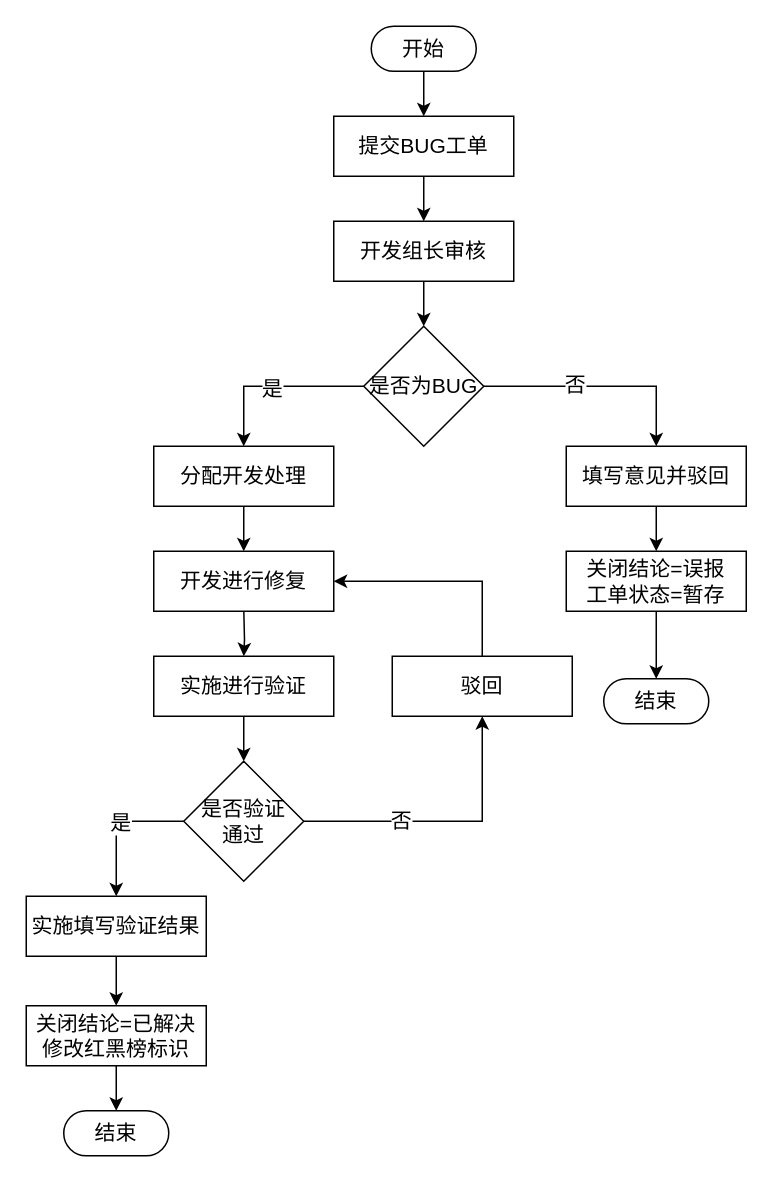
This is 20260110BUG工单流程.drawio from Alphathur/diagram, a draw.io file, before an edit. Source tidied: cells renumbered, new cells numbered last; positions are measured from the earlier drawing's top-left corner, leaving out a move shared by most shapes. Both pictures are drawn from the tidied source at 150%, with x=0, y=0 at pixel (26, 26).
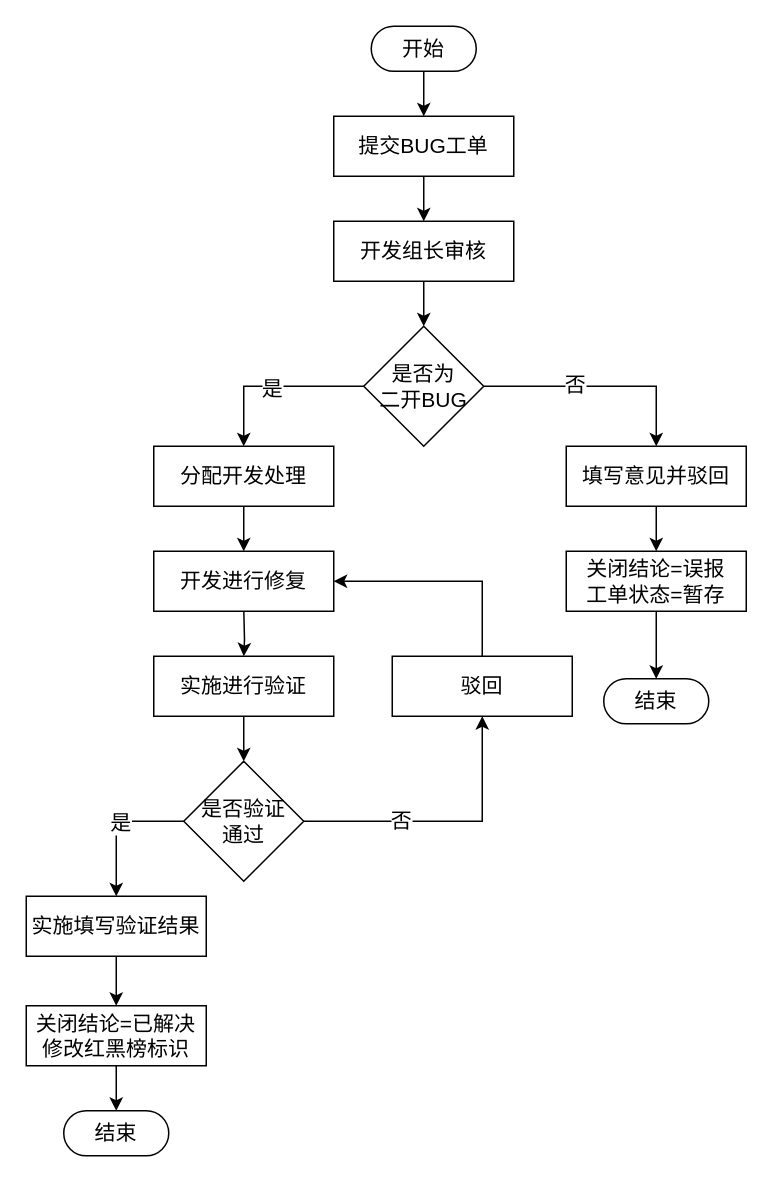
The same diagram, later.

Commit message (it also covers changes not shown here):
更新20260110BUG工单流程.drawio

What changed in the source:
```diff
@@
-    <mxCell id="11" value="是否为BUG" style="rhombus;whiteSpace=wrap;html=1;fontSize=14;" parent="1" vertex="1">
+    <mxCell id="11" value="是否为&lt;br&gt;二开BUG" style="rhombus;whiteSpace=wrap;html=1;fontSize=14;" parent="1" vertex="1">
       <mxGeometry x="225" y="200" width="80" height="80" as="geometry" />
     </mxCell>
```
